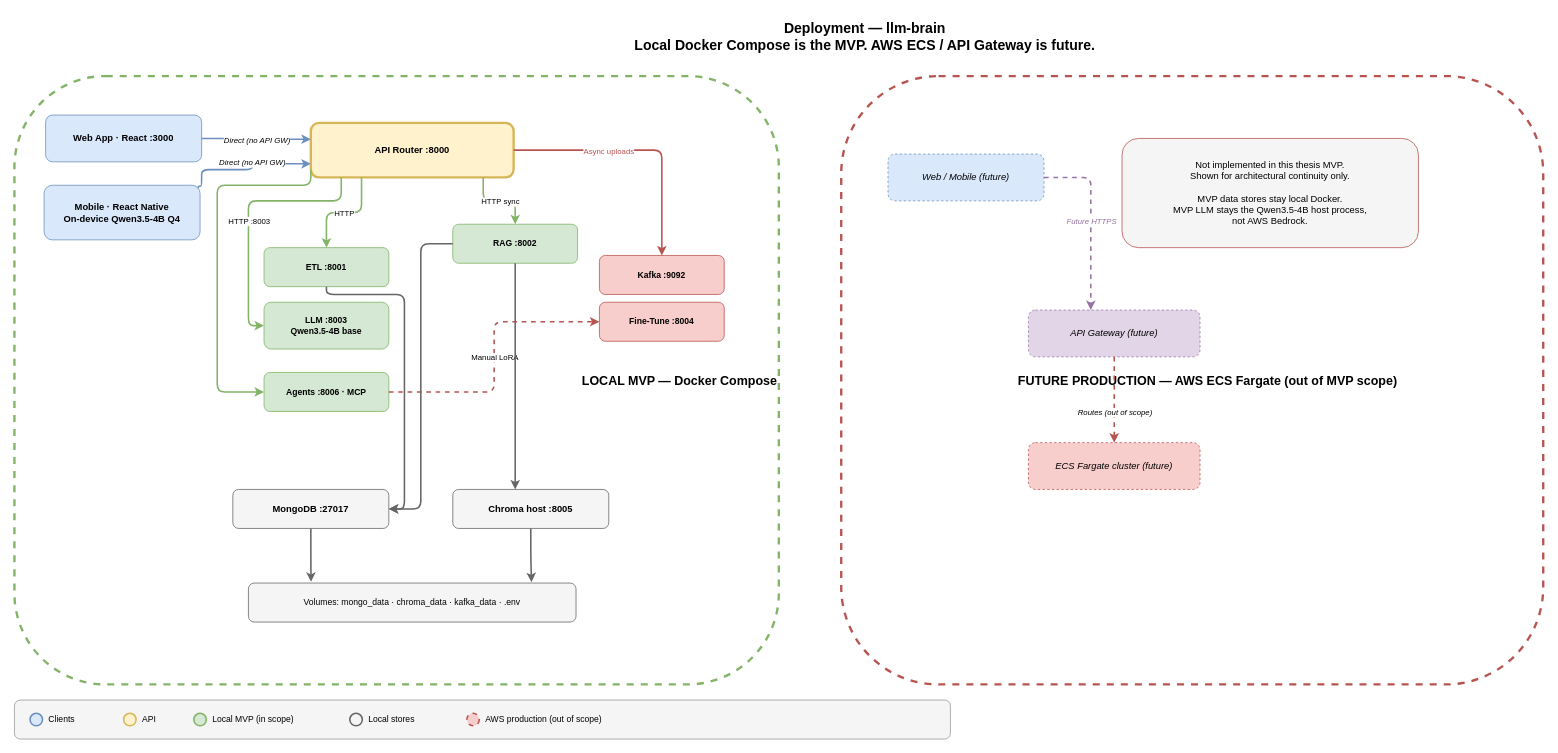
Before: openspec/changes/objective-1-0-architecture-repo/output/diagrams/deployment.drawio in da-ros/llm-brain, a draw.io diagram. Source tidied: cells renumbered, new cells numbered last; positions are measured from the earlier drawing's top-left corner, leaving out a move shared by most shapes. Both pictures are drawn from the tidied source at 78%, with x=0, y=0 at pixel (14, 13).
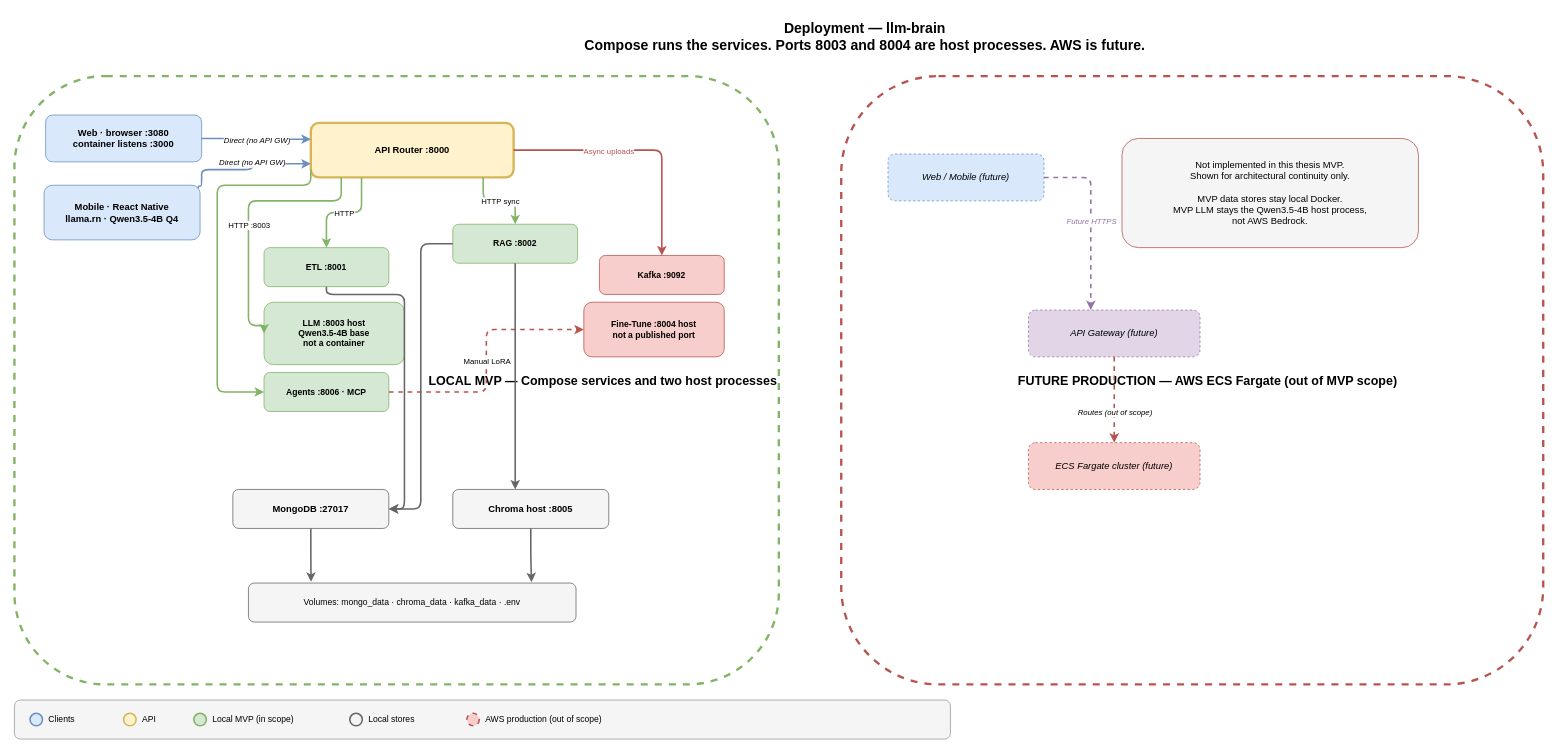
After the change.

Diff of the diagram source:
```diff
@@
-    <mxCell id="2" value="Deployment — llm-brain&#10;Local Docker Compose is the MVP. AWS ECS / API Gateway is future." style="text;html=1;align=center;verticalAlign=middle;strokeColor=none;fillColor=none;fontSize=18;fontStyle=1;" parent="1" vertex="1">
+    <mxCell id="2" value="Deployment — llm-brain&#10;Compose runs the services. Ports 8003 and 8004 are host processes. AWS is future." style="text;html=1;align=center;verticalAlign=middle;strokeColor=none;fillColor=none;fontSize=18;fontStyle=1;" parent="1" vertex="1">
       <mxGeometry x="640" width="900" height="60" as="geometry" />
     </mxCell>
-    <mxCell id="3" value="LOCAL MVP — Docker Compose" style="rounded=1;whiteSpace=wrap;html=1;fillColor=none;strokeColor=#82b366;strokeWidth=3;dashed=1;fontSize=16;fontStyle=1;align=right;" parent="1" vertex="1">
+    <mxCell id="3" value="LOCAL MVP — Compose services and two host processes" style="rounded=1;whiteSpace=wrap;html=1;fillColor=none;strokeColor=#82b366;strokeWidth=3;dashed=1;fontSize=16;fontStyle=1;align=right;" parent="1" vertex="1">
       <mxGeometry y="80" width="980" height="780" as="geometry" />
     </mxCell>
-    <mxCell id="4" value="Web App · React :3000" style="rounded=1;whiteSpace=wrap;html=1;fillColor=#dae8fc;strokeColor=#6c8ebf;fontSize=12;fontStyle=1;" parent="1" vertex="1">
+    <mxCell id="4" value="Web · browser :3080&#10;container listens :3000" style="rounded=1;whiteSpace=wrap;html=1;fillColor=#dae8fc;strokeColor=#6c8ebf;fontSize=12;fontStyle=1;" parent="1" vertex="1">
       <mxGeometry x="40" y="130" width="200" height="60" as="geometry" />
     </mxCell>
-    <mxCell id="5" value="Mobile · React Native&#10;On-device Qwen3.5-4B Q4" style="rounded=1;whiteSpace=wrap;html=1;fillColor=#dae8fc;strokeColor=#6c8ebf;fontSize=12;fontStyle=1;" parent="1" vertex="1">
+    <mxCell id="5" value="Mobile · React Native&#10;llama.rn · Qwen3.5-4B Q4" style="rounded=1;whiteSpace=wrap;html=1;fillColor=#dae8fc;strokeColor=#6c8ebf;fontSize=12;fontStyle=1;" parent="1" vertex="1">
       <mxGeometry x="38" y="220" width="200" height="70" as="geometry" />
     </mxCell>
@@
-    <mxCell id="9" value="LLM :8003&#10;Qwen3.5-4B base" style="rounded=1;whiteSpace=wrap;html=1;fillColor=#d5e8d4;strokeColor=#82b366;fontSize=11;fontStyle=1;" parent="1" vertex="1">
-      <mxGeometry x="320" y="370" width="160" height="60" as="geometry" />
+    <mxCell id="9" value="LLM :8003 host&#10;Qwen3.5-4B base&#10;not a container" style="rounded=1;whiteSpace=wrap;html=1;fillColor=#d5e8d4;strokeColor=#82b366;fontSize=11;fontStyle=1;" parent="1" vertex="1">
+      <mxGeometry x="320" y="370" width="180" height="80" as="geometry" />
     </mxCell>
-    <mxCell id="10" value="Fine-Tune :8004" style="rounded=1;whiteSpace=wrap;html=1;fillColor=#f8cecc;strokeColor=#b85450;fontSize=11;fontStyle=1;" parent="1" vertex="1">
-      <mxGeometry x="750" y="370" width="160" height="50" as="geometry" />
+    <mxCell id="10" value="Fine-Tune :8004 host&#10;not a published port" style="rounded=1;whiteSpace=wrap;html=1;fillColor=#f8cecc;strokeColor=#b85450;fontSize=11;fontStyle=1;" parent="1" vertex="1">
+      <mxGeometry x="730" y="370" width="180" height="70" as="geometry" />
     </mxCell>
```
